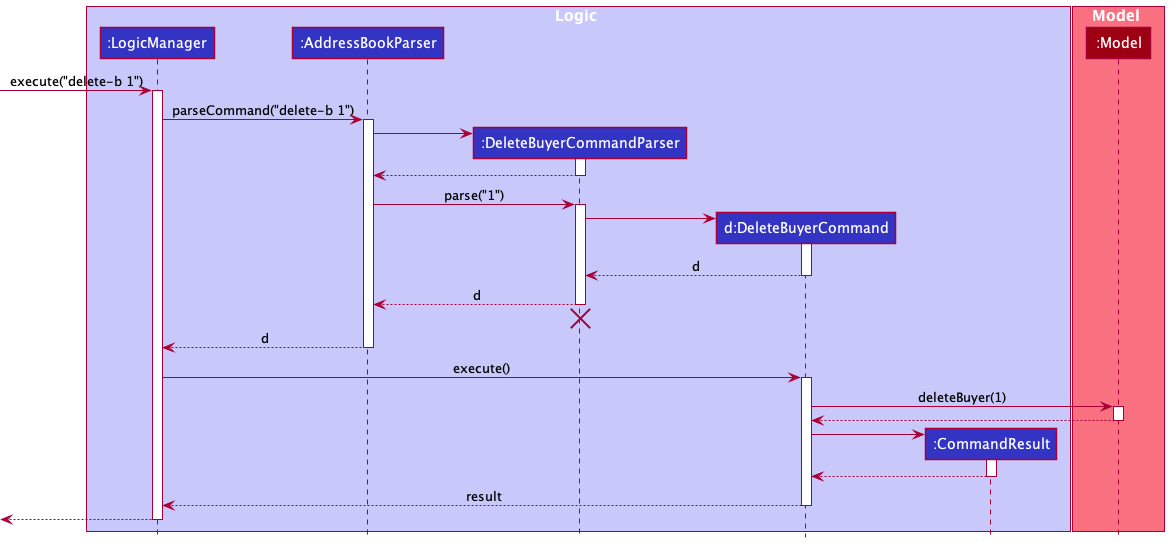
Above: docs/diagrams/DeleteSequenceDiagram.png in nus-cs2103-AY2122S2/tp (PlantUML), before the change.
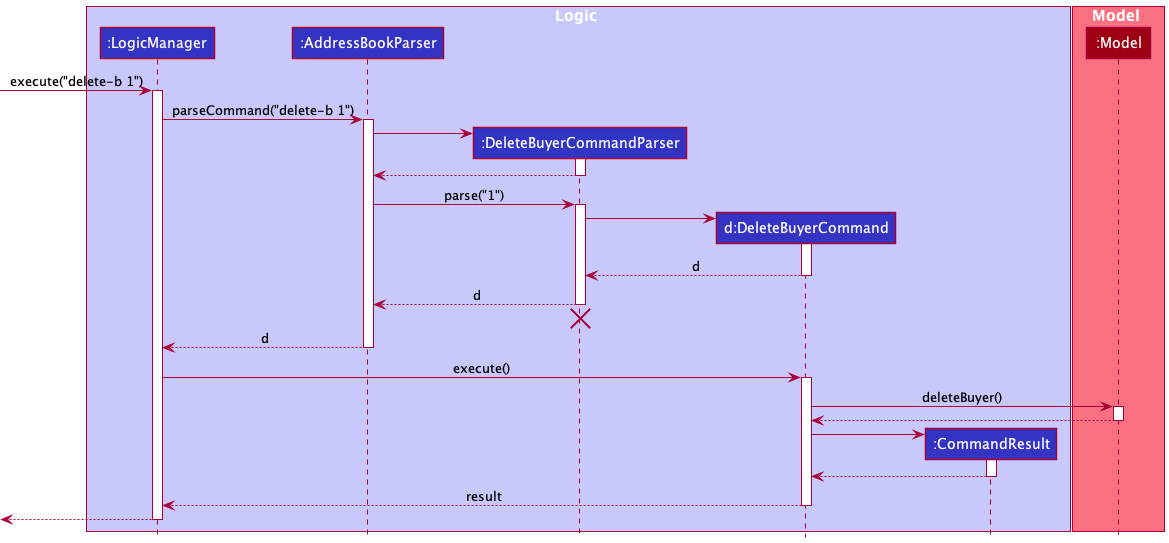
Above is the later version.

What changed in the source:
```diff
@@ -47,7 +47,7 @@
 LogicManager -> DeleteBuyerCommand : execute()
 activate DeleteBuyerCommand
 
-DeleteBuyerCommand -> Model : deleteBuyer(1)
+DeleteBuyerCommand -> Model : deleteBuyer()
 activate Model
 
 Model --> DeleteBuyerCommand
```
